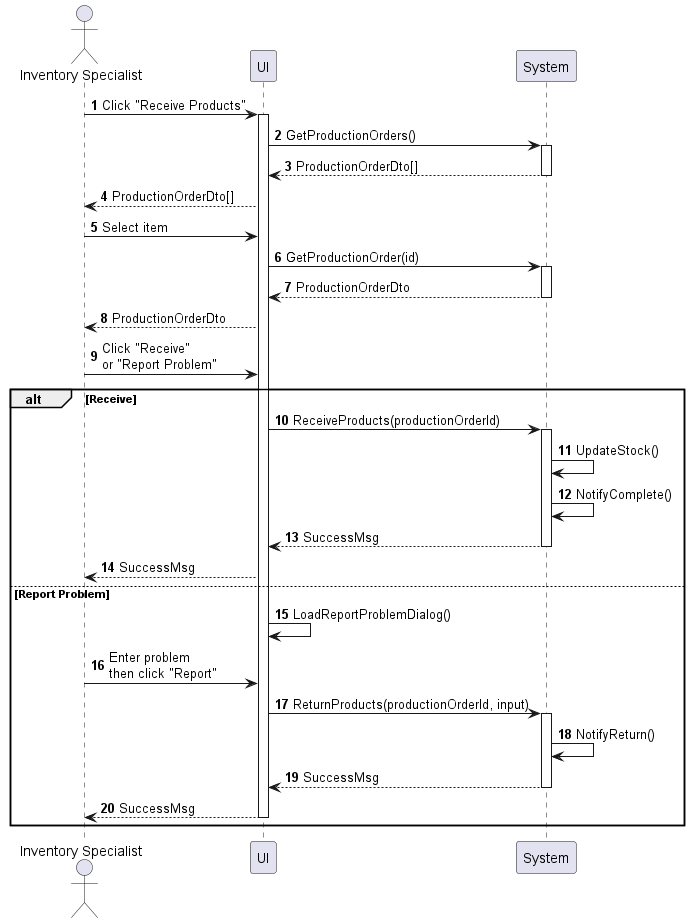
This is sequences/inventory-product-receive.png from phihungha/scmss-reqs, a PlantUML export, as it was before one commit.
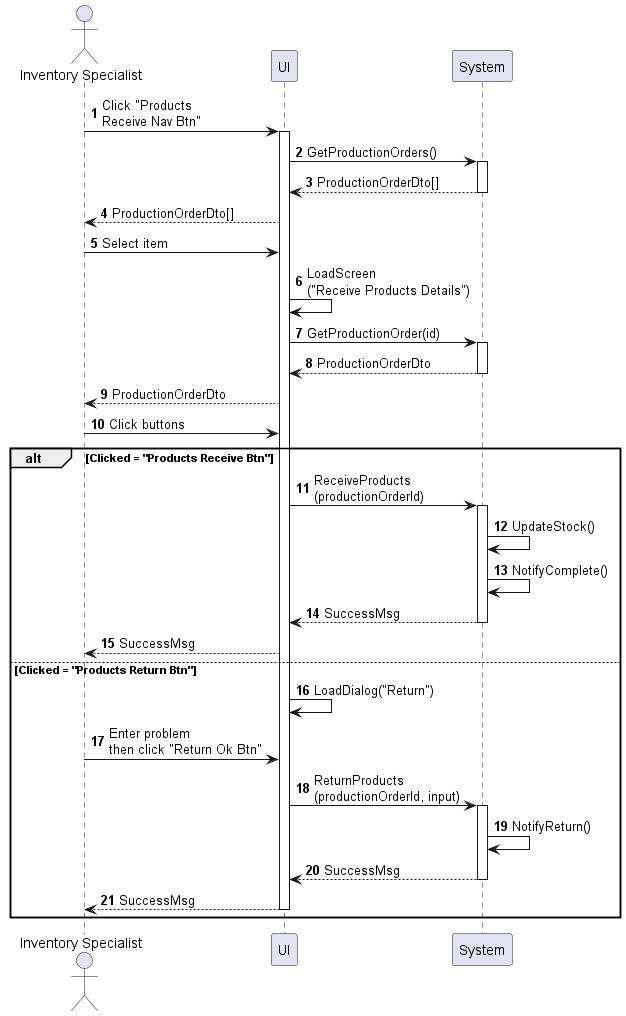
Later version of the same file.

Change to the diagram source:
```diff
@@ -5,30 +5,31 @@
 participant UI as f
 participant System as b
 
-a -> f : Click "Receive Products"
+a -> f : Click "Products\nReceive Nav Btn"
 activate f
 f -> b : GetProductionOrders()
 activate b
 return ProductionOrderDto[]
 f --> a : ProductionOrderDto[]
 a -> f : Select item
+f -> f : LoadScreen\n("Receive Products Details")
 f -> b : GetProductionOrder(id)
 activate b
 return ProductionOrderDto
 f --> a : ProductionOrderDto
-a -> f : Click "Receive"\nor "Report Problem"
+a -> f : Click buttons
 
-alt Receive
-    f -> b : ReceiveProducts(productionOrderId)
+alt Clicked = "Products Receive Btn"
+    f -> b : ReceiveProducts\n(productionOrderId)
     activate b
     b -> b : UpdateStock()
     b -> b : NotifyComplete()
     return SuccessMsg
     f --> a : SuccessMsg
-else Report Problem
-    f -> f : LoadReportProblemDialog()
-    a -> f : Enter problem\nthen click "Report"
-    f -> b : ReturnProducts(productionOrderId, input)
+else Clicked = "Products Return Btn"
+    f -> f : LoadDialog("Return")
+    a -> f : Enter problem\nthen click "Return Ok Btn"
+    f -> b : ReturnProducts\n(productionOrderId, input)
     activate b
     b -> b : NotifyReturn()
     return SuccessMsg
```
